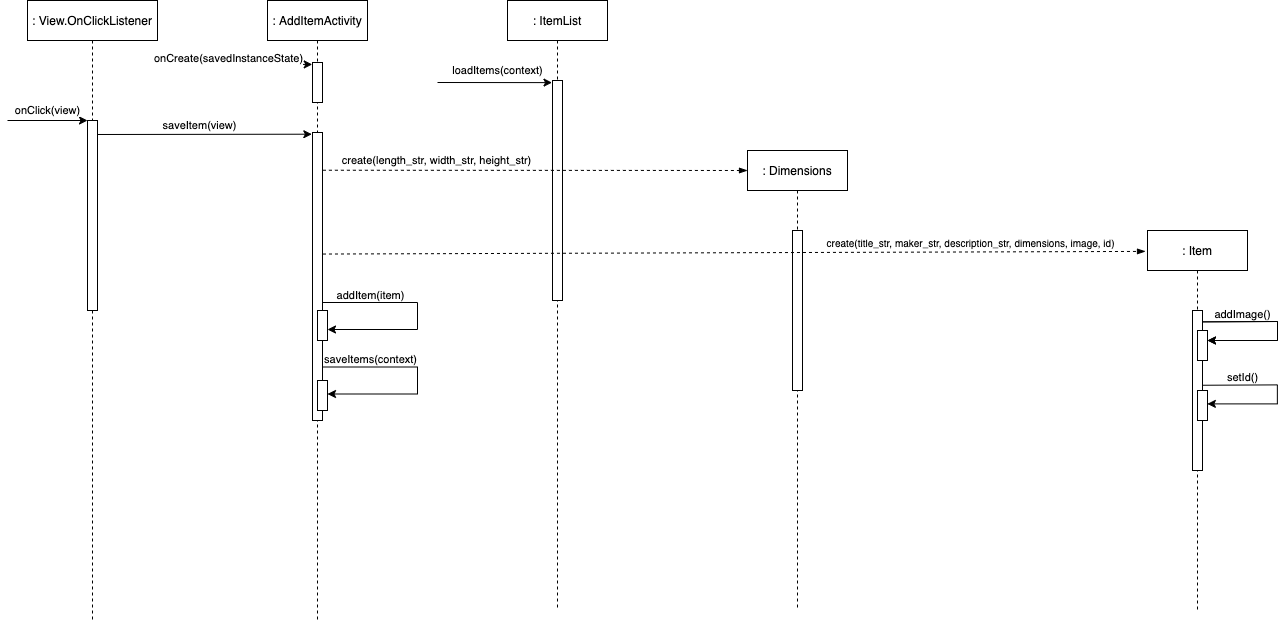
smitbmx/Architecture-Diagrams keeps this draw.io diagram as Sequence Diagrams/ApplicationBorrowedTemplateSequenceDiagram.png. Above is the earlier version. Source tidied: cells renumbered, new cells last; positions are measured from the earlier drawing's top-left corner, leaving out a move shared by most shapes.
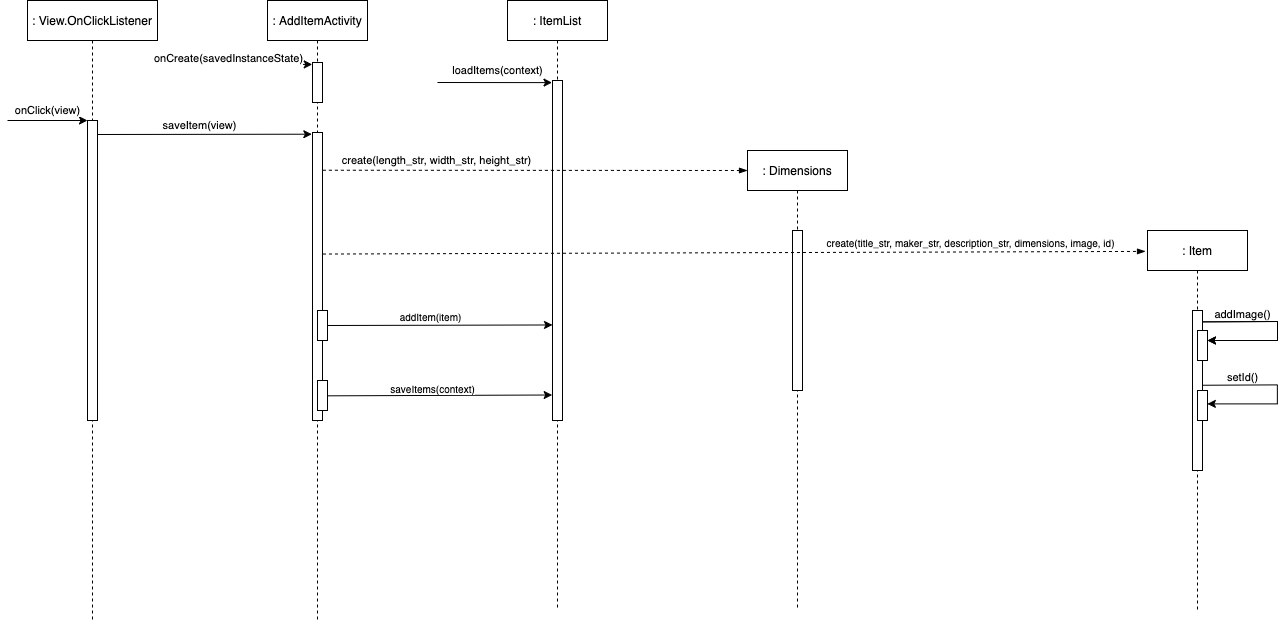
Above is the later version.

Change to the diagram source:
```diff
@@ -31,7 +31,7 @@
       <mxGeometry x="20" width="130" height="620" as="geometry" />
     </mxCell>
     <mxCell id="7" style="perimeter=orthogonalPerimeter;rounded=0;shadow=0;strokeWidth=1;" parent="6" vertex="1">
-      <mxGeometry x="60" y="120" width="10" height="190" as="geometry" />
+      <mxGeometry x="60" y="120" width="10" height="300" as="geometry" />
     </mxCell>
     <mxCell id="8" value=": AddItemActivity" style="shape=umlLifeline;perimeter=lifelinePerimeter;rounded=0;shadow=0;strokeWidth=1;" parent="1" vertex="1">
       <mxGeometry x="260" width="100" height="620" as="geometry" />
@@ -45,20 +45,6 @@
     <mxCell id="11" style="points=[];perimeter=orthogonalPerimeter;rounded=0;shadow=0;strokeWidth=1;" parent="8" vertex="1">
       <mxGeometry x="50" y="310" width="10" height="30" as="geometry" />
     </mxCell>
-    <mxCell id="12" style="endArrow=classic;html=1;rounded=0;" parent="8" edge="1" target="11">
-      <mxGeometry relative="1" as="geometry">
-        <mxPoint x="55" y="302" as="sourcePoint" />
-        <Array as="points">
-          <mxPoint x="150" y="302" />
-          <mxPoint x="150" y="329" />
-        </Array>
-      </mxGeometry>
-    </mxCell>
-    <mxCell id="13" value="addItem(item)" style="edgeLabel;html=1;align=center;verticalAlign=middle;" parent="12" vertex="1">
-      <mxGeometry x="-0.65" relative="1" as="geometry">
-        <mxPoint x="11" y="-8" as="offset" />
-      </mxGeometry>
-    </mxCell>
     <mxCell id="14" style="points=[];perimeter=orthogonalPerimeter;rounded=0;shadow=0;strokeWidth=1;" parent="8" vertex="1">
       <mxGeometry x="50" y="380" width="10" height="30" as="geometry" />
     </mxCell>
@@ -66,7 +52,7 @@
       <mxGeometry x="500" width="100" height="610" as="geometry" />
     </mxCell>
     <mxCell id="16" style="points=[];perimeter=orthogonalPerimeter;rounded=0;shadow=0;strokeWidth=1;" parent="15" vertex="1">
-      <mxGeometry x="45" y="80" width="10" height="220" as="geometry" />
+      <mxGeometry x="45" y="80" width="10" height="340" as="geometry" />
     </mxCell>
     <mxCell id="17" value=": Dimensions" style="shape=umlLifeline;perimeter=lifelinePerimeter;rounded=0;shadow=0;strokeWidth=1;" parent="1" vertex="1">
       <mxGeometry x="740" y="150" width="100" height="460" as="geometry" />
@@ -154,19 +140,22 @@
         <mxPoint x="-172" y="-9" as="offset" />
       </mxGeometry>
     </mxCell>
-    <mxCell id="35" style="endArrow=classic;html=1;rounded=0;" parent="1" edge="1">
-      <mxGeometry relative="1" as="geometry">
-        <mxPoint x="315" y="366.5" as="sourcePoint" />
-        <mxPoint x="320" y="393.5" as="targetPoint" />
-        <Array as="points">
-          <mxPoint x="410" y="366.5" />
-          <mxPoint x="410" y="393.5" />
-        </Array>
-      </mxGeometry>
-    </mxCell>
+    <mxCell id="37" style="endArrow=classic;html=1;fontSize=10;entryX=0;entryY=0.719;entryDx=0;entryDy=0;entryPerimeter=0;" parent="1" edge="1" target="16">
+      <mxGeometry relative="1" as="geometry">
+        <mxPoint x="320" y="325" as="sourcePoint" />
+      </mxGeometry>
+    </mxCell>
+    <mxCell id="13" value="addItem(item)" style="edgeLabel;html=1;align=center;verticalAlign=middle;fontSize=10;" parent="37" vertex="1">
+      <mxGeometry x="-0.1" relative="1" as="geometry">
+        <mxPoint y="-9" as="offset" />
+      </mxGeometry>
+    </mxCell>
+    <mxCell id="38" style="endArrow=classic;html=1;fontSize=10;exitX=1;exitY=0.511;exitDx=0;exitDy=0;exitPerimeter=0;entryX=-0.033;entryY=0.925;entryDx=0;entryDy=0;entryPerimeter=0;" parent="1" edge="1" source="14" target="16">
+      <mxGeometry relative="1" as="geometry" />
+    </mxCell>
-    <mxCell id="36" value="saveItems(context)" style="edgeLabel;html=1;align=center;verticalAlign=middle;" parent="35" vertex="1">
-      <mxGeometry x="-0.65" relative="1" as="geometry">
-        <mxPoint x="11" y="-8" as="offset" />
+    <mxCell id="36" value="saveItems(context)" style="edgeLabel;html=1;align=center;verticalAlign=middle;fontSize=10;" parent="38" vertex="1">
+      <mxGeometry x="-0.16" relative="1" as="geometry">
+        <mxPoint x="10" y="-8" as="offset" />
       </mxGeometry>
     </mxCell>
   </root>
```
